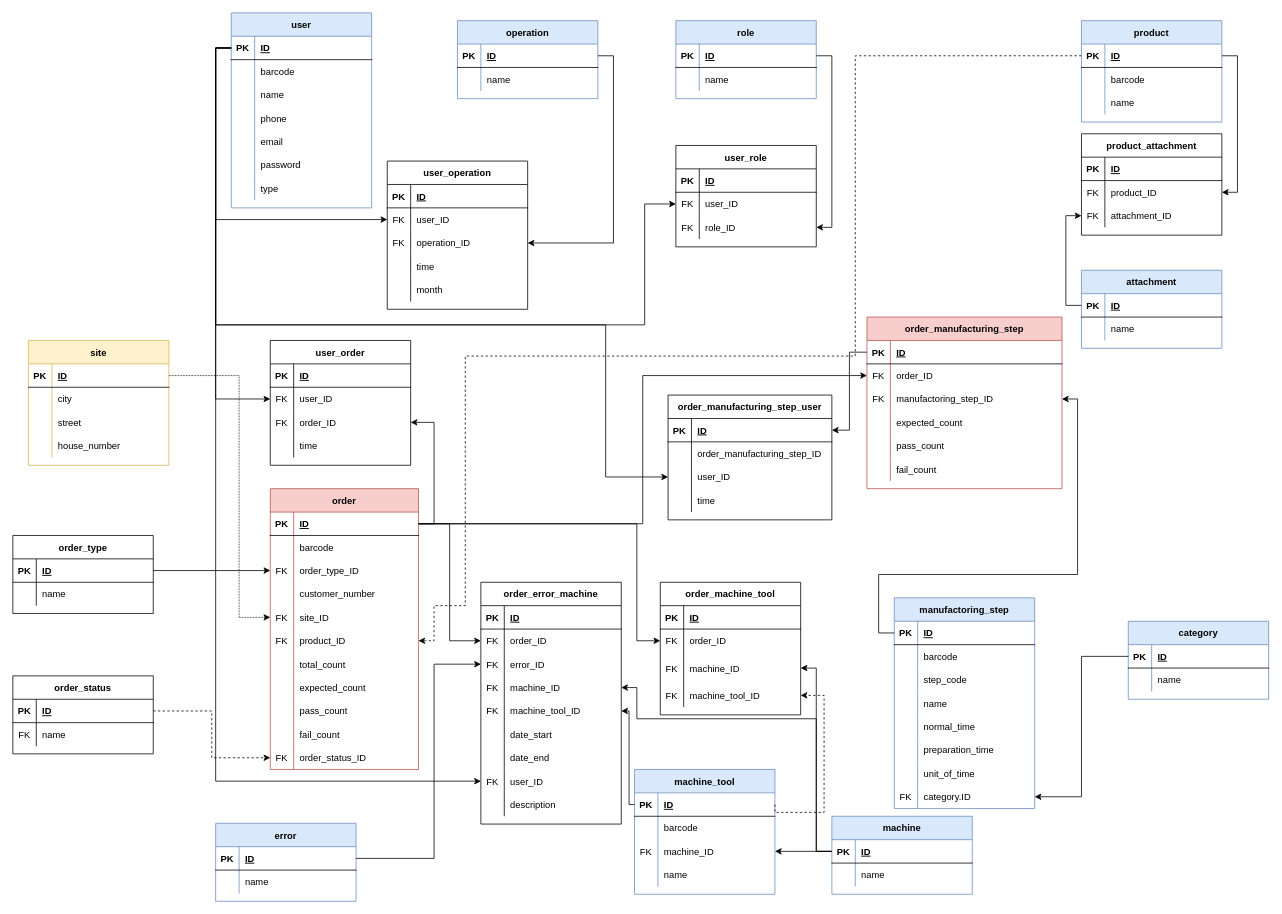
Earlier version of the draw.io diagram DOC/diagrams/database_plan_2_0_0.drawio (KerteszZoltan/mesterminal). Source tidied: cells renumbered, new cells numbered last; positions are measured from the earlier drawing's top-left corner, leaving out a move shared by most shapes. Both pictures are drawn from the tidied source at 78%, with x=0, y=0 at pixel (12, 12).
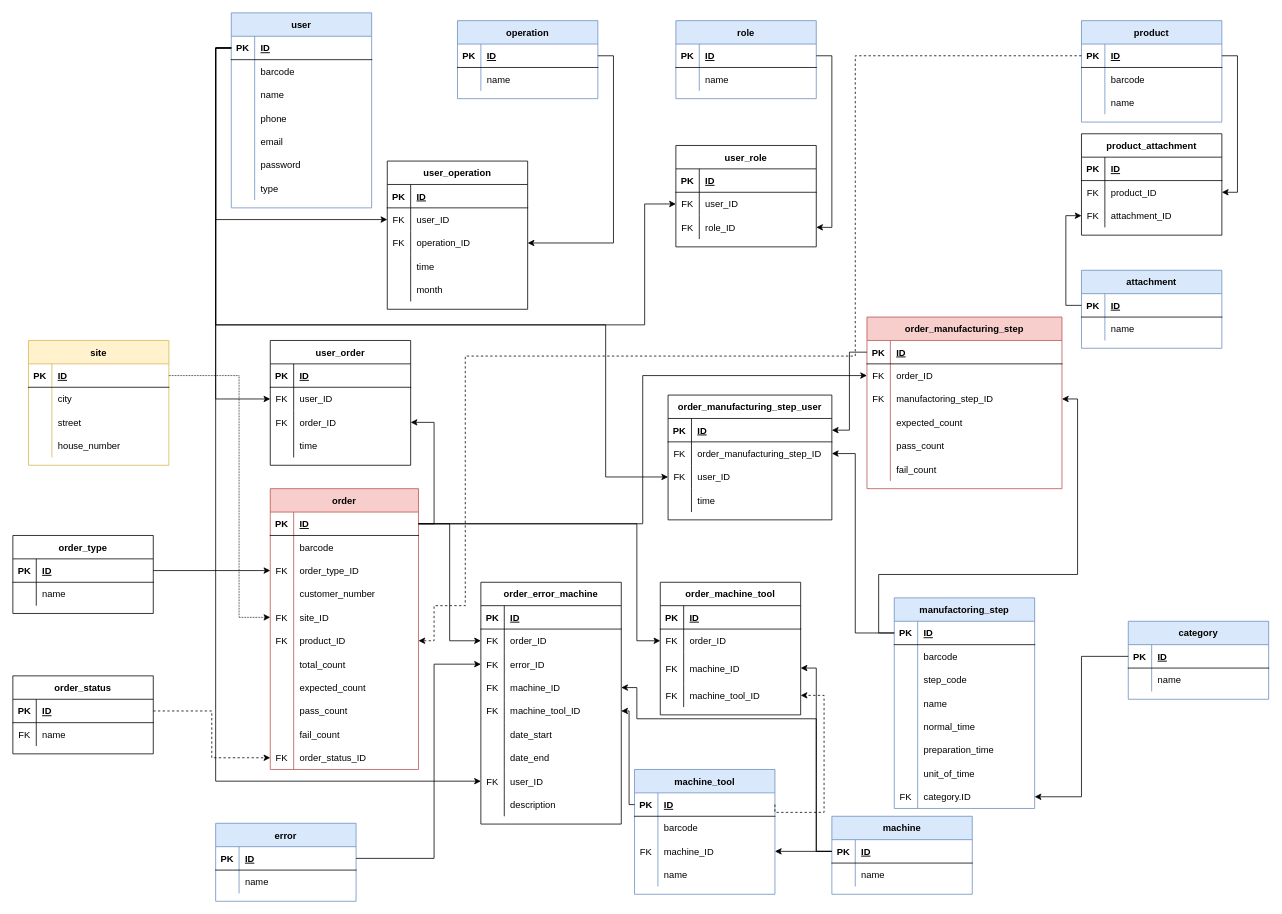
Above is the later version.

Commit message:
freign_key update to order_manufacturing_step_user

The change refers to these unchanged cells:
```xml
<mxCell id="225" style="shape=partialRectangle;fillColor=none;top=0;left=0;bottom=1;right=0;points=[[0,0.5],[1,0.5]];portConstraint=eastwest;" parent="224" vertex="1">
  <mxGeometry y="30" width="180" height="30" as="geometry" />
</mxCell>
<mxCell id="312" style="shape=partialRectangle;fillColor=none;top=0;left=0;bottom=0;right=0;points=[[0,0.5],[1,0.5]];portConstraint=eastwest;" parent="308" vertex="1">
  <mxGeometry y="60" width="210" height="30" as="geometry" />
</mxCell>
<mxCell id="315" style="shape=partialRectangle;fillColor=none;top=0;left=0;bottom=0;right=0;points=[[0,0.5],[1,0.5]];portConstraint=eastwest;" parent="308" vertex="1">
  <mxGeometry y="90" width="210" height="30" as="geometry" />
</mxCell>
```

The edit, as a diff of the source:
```diff
@@
-    <mxCell id="313" style="shape=partialRectangle;fillColor=none;top=0;left=0;bottom=0;right=0;overflow=hidden;" parent="312" vertex="1">
+    <mxCell id="313" value="FK" style="shape=partialRectangle;fillColor=none;top=0;left=0;bottom=0;right=0;overflow=hidden;" parent="312" vertex="1">
       <mxGeometry width="30" height="30" as="geometry" />
     </mxCell>
@@
-    <mxCell id="316" style="shape=partialRectangle;fillColor=none;top=0;left=0;bottom=0;right=0;overflow=hidden;" parent="315" vertex="1">
+    <mxCell id="316" value="FK" style="shape=partialRectangle;fillColor=none;top=0;left=0;bottom=0;right=0;overflow=hidden;" parent="315" vertex="1">
       <mxGeometry width="30" height="30" as="geometry" />
     </mxCell>
@@
+    <mxCell id="323" style="edgeStyle=orthogonalEdgeStyle;rounded=0;jettySize=auto;html=1;exitX=0;exitY=0.5;exitDx=0;exitDy=0;entryX=1;entryY=0.5;entryDx=0;entryDy=0;" parent="1" edge="1" source="225" target="312">
+      <mxGeometry relative="1" as="geometry">
+        <Array as="points">
+          <mxPoint x="1080" y="795" />
+          <mxPoint x="1080" y="565" />
+        </Array>
+      </mxGeometry>
+    </mxCell>
```
